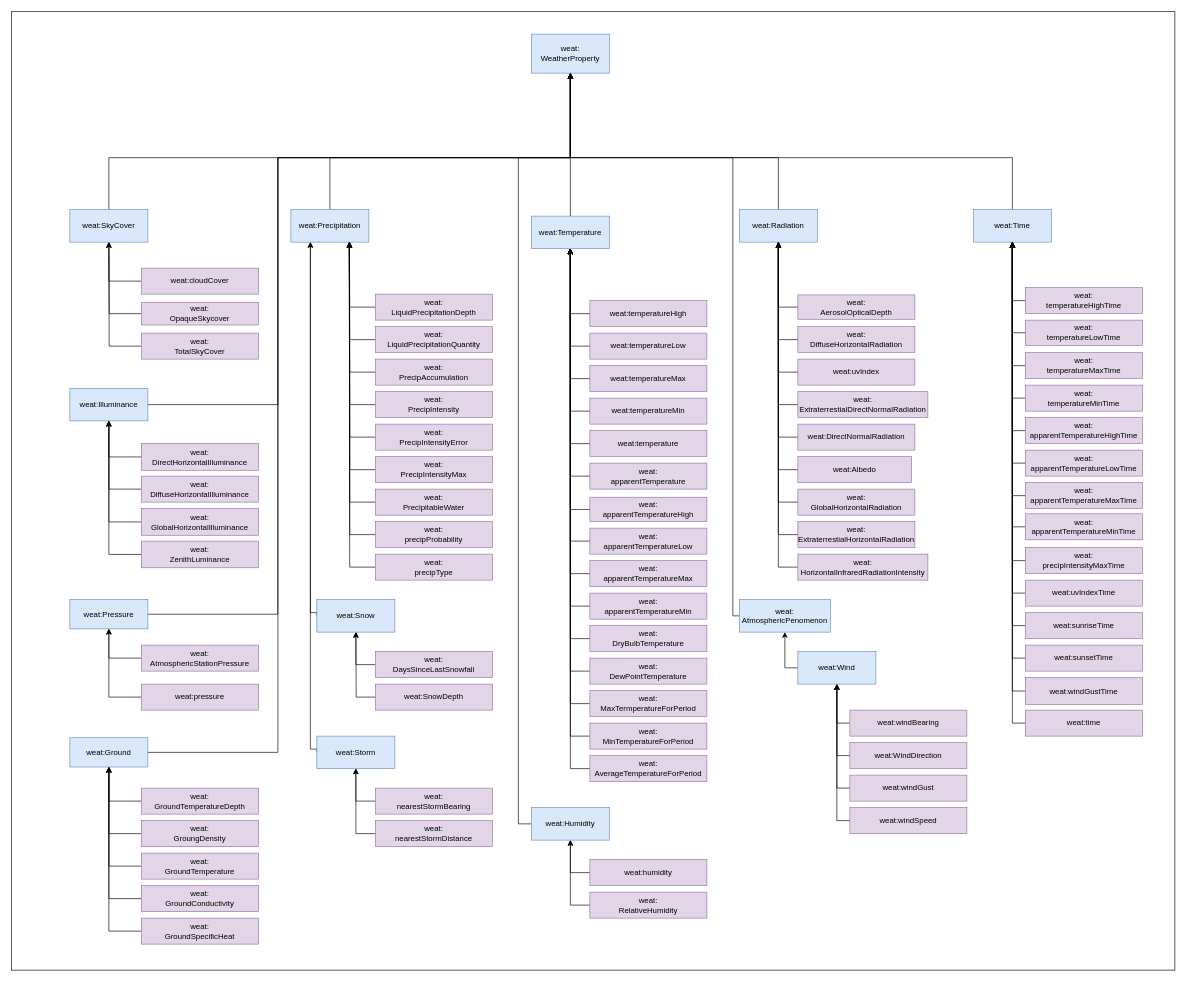
Above: Draw.io/WeatherProperties.drawio in oeg-upm/bimerr-weather (draw.io), before the change. Source tidied: cells renumbered, new cells numbered last; positions are measured from the earlier drawing's top-left corner, leaving out a move shared by most shapes. Both pictures are drawn from the tidied source at 65%, with x=0, y=0 at pixel (11, 12).
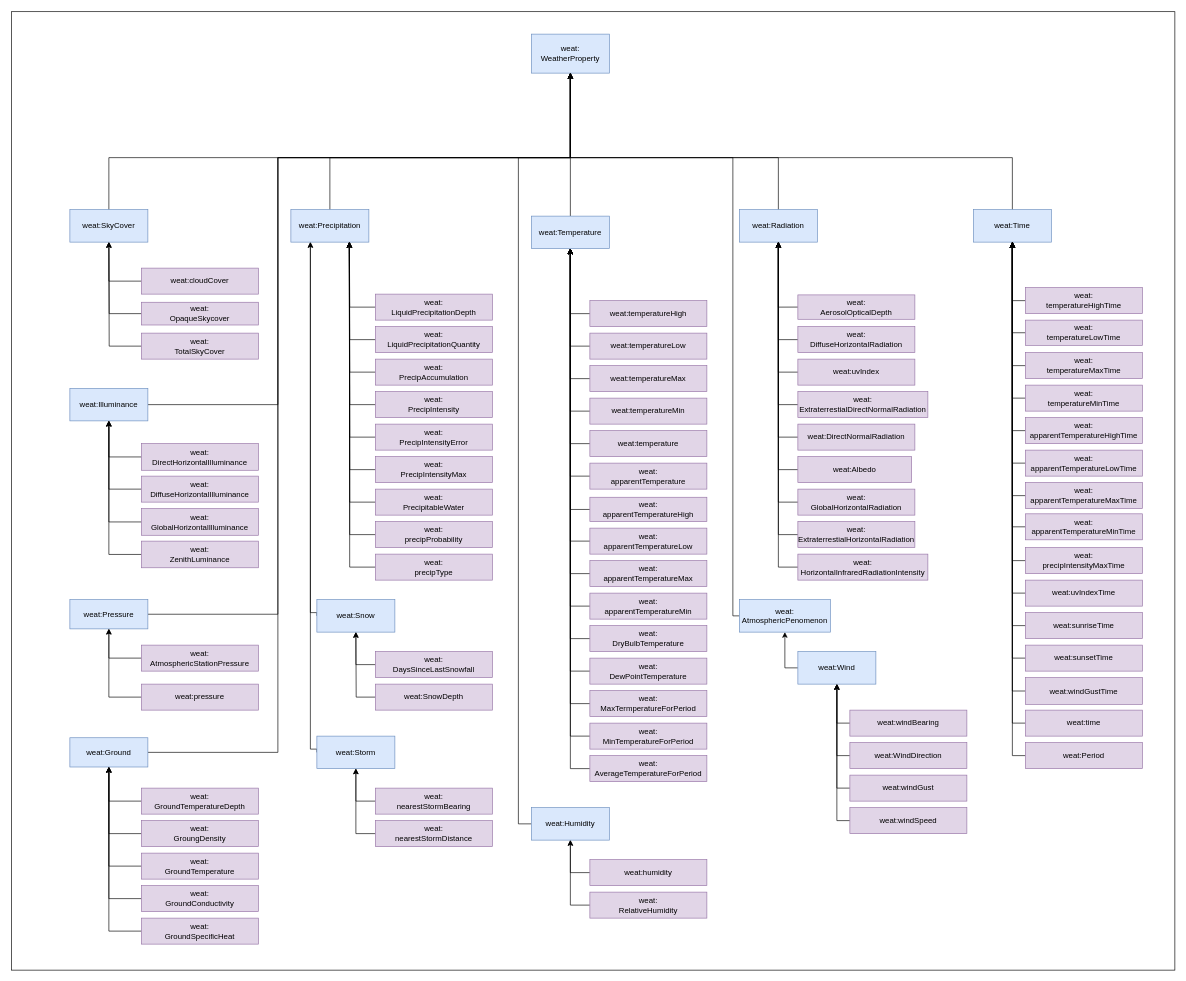
The same page after the edit.

Unchanged cells that the change refers to:
```xml
<mxCell id="113" value="weat:Time" style="rounded=0;whiteSpace=wrap;html=1;fillColor=#dae8fc;strokeColor=#6c8ebf;" parent="1" vertex="1">
  <mxGeometry x="1480" y="304" width="120" height="50" as="geometry" />
</mxCell>
```

What changed in the source:
```diff
@@
+    <mxCell id="172" style="edgeStyle=orthogonalEdgeStyle;rounded=0;jettySize=auto;html=1;exitX=0;exitY=0.5;exitDx=0;exitDy=0;" parent="1" edge="1" source="173" target="113">
+      <mxGeometry relative="1" as="geometry" />
+    </mxCell>
+    <mxCell id="173" value="weat:Period" style="rounded=0;whiteSpace=wrap;html=1;fillColor=#e1d5e7;strokeColor=#9673a6;" parent="1" vertex="1">
+      <mxGeometry x="1560" y="1124" width="180" height="40" as="geometry" />
+    </mxCell>
```
